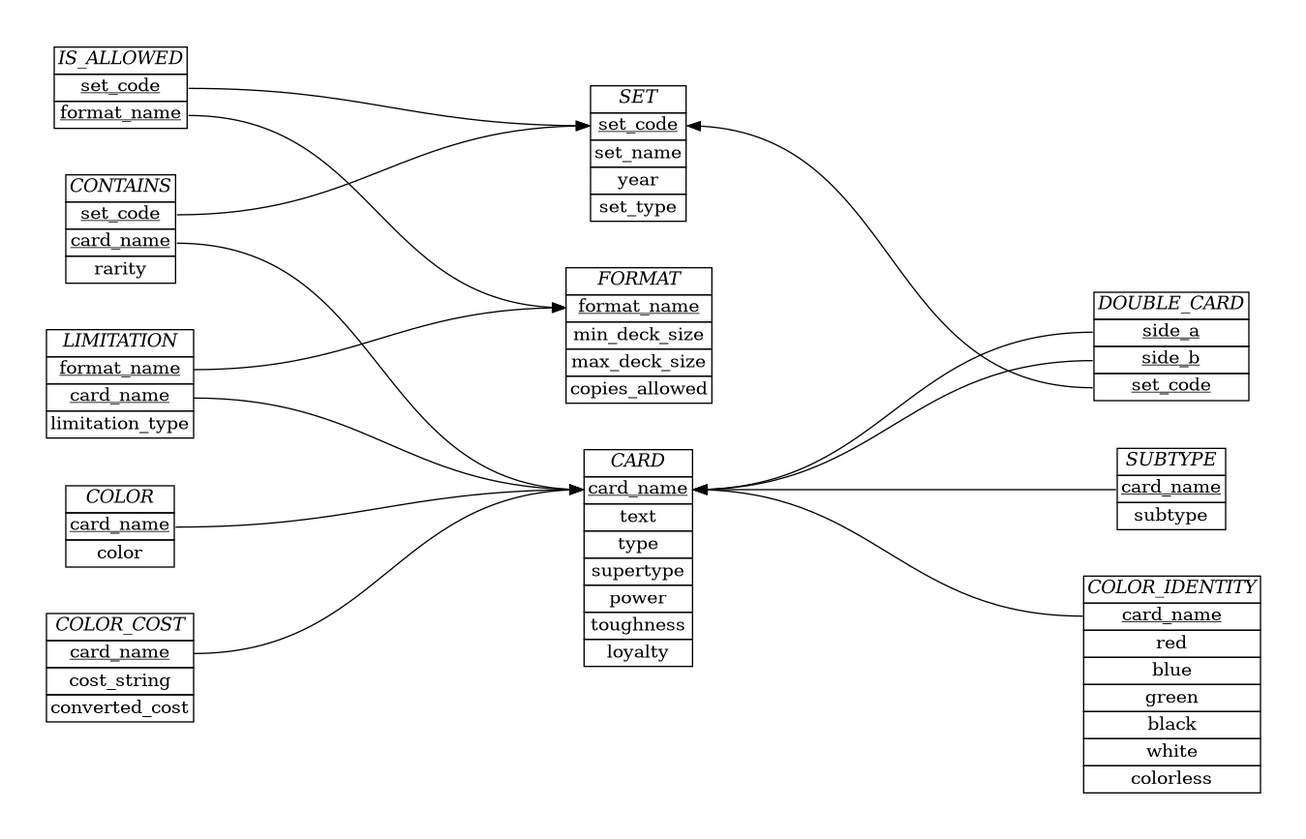
The Graphviz diagram schema/ER_diagram.png in akilmarshall/trumark, before a commit. Its source is kept beside it as schema/ER_diagram.dot.
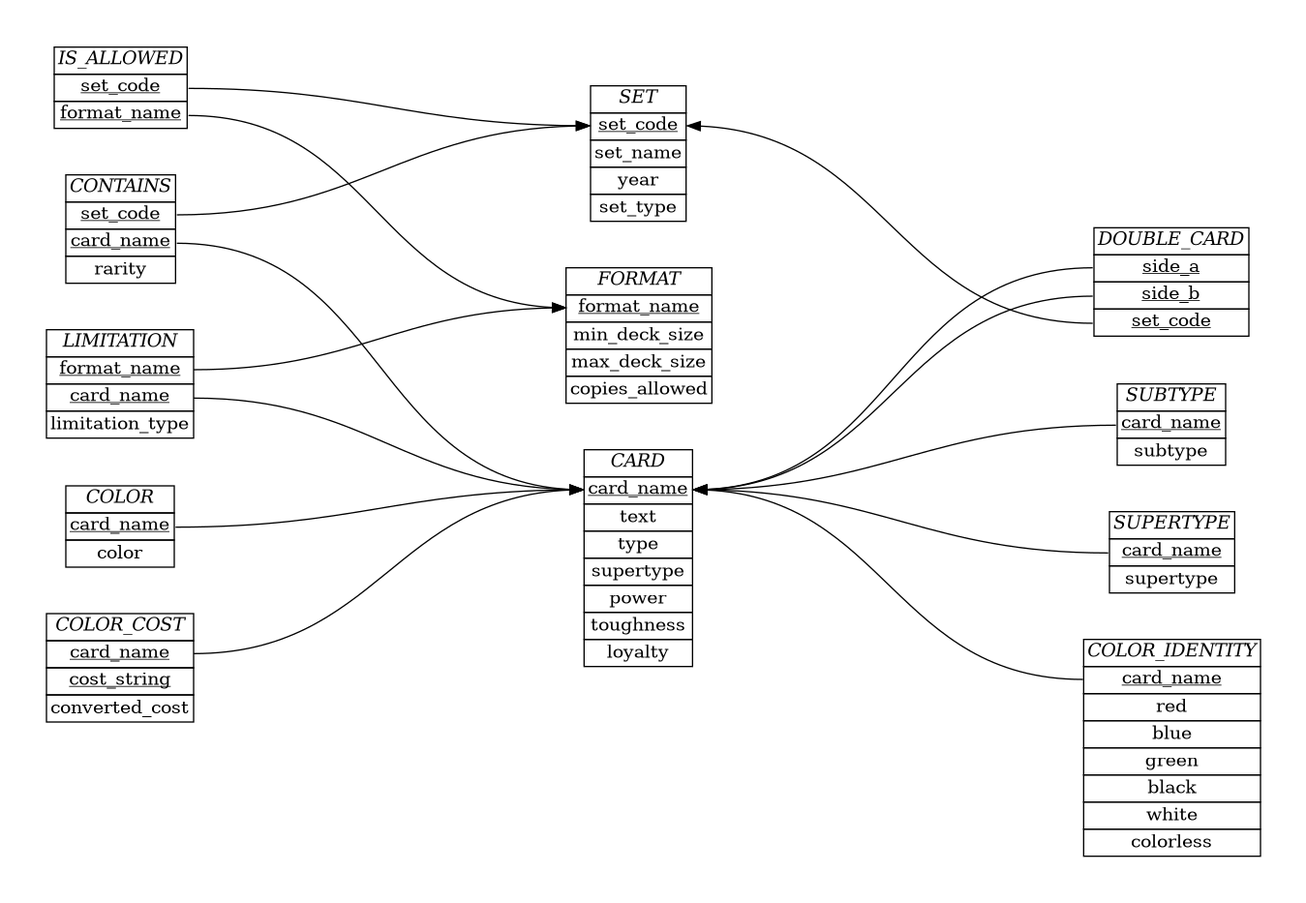
After the commit.

Commit message:
created a supertype table and removed it as an attribute from CARD

Diff of the diagram source:
```diff
@@ -70,6 +70,13 @@
         <tr><td port="2">subtype</td></tr>
         </table>>];
 
+    Supertype [label=<
+        <table border="0" cellborder="1" cellspacing="0">
+        <tr><td><i>SUPERTYPE</i></td></tr>
+        <tr><td port="1"><u>card_name</u></td></tr>
+        <tr><td port="2">supertype</td></tr>
+        </table>>];
+
     Color_identity [label=<
         <table border="0" cellborder="1" cellspacing="0">
         <tr><td><i>COLOR_IDENTITY</i></td></tr>
@@ -86,7 +93,7 @@
         <table border="0" cellborder="1" cellspacing="0">
         <tr><td><i>COLOR_COST</i></td></tr>
         <tr><td port="1"><u>card_name</u></td></tr>
-        <tr><td port="2">cost_string</td></tr>
+        <tr><td port="2"><u>cost_string</u></td></tr>
         <tr><td port="9">converted_cost</td></tr>
         </table>>];
 
@@ -119,5 +126,7 @@
 
     Card:1 -> Subtype:1 ;
 
+    Card:1 -> Supertype:1 ;
+
     Card:1 -> Color_identity:1;
 }
```
